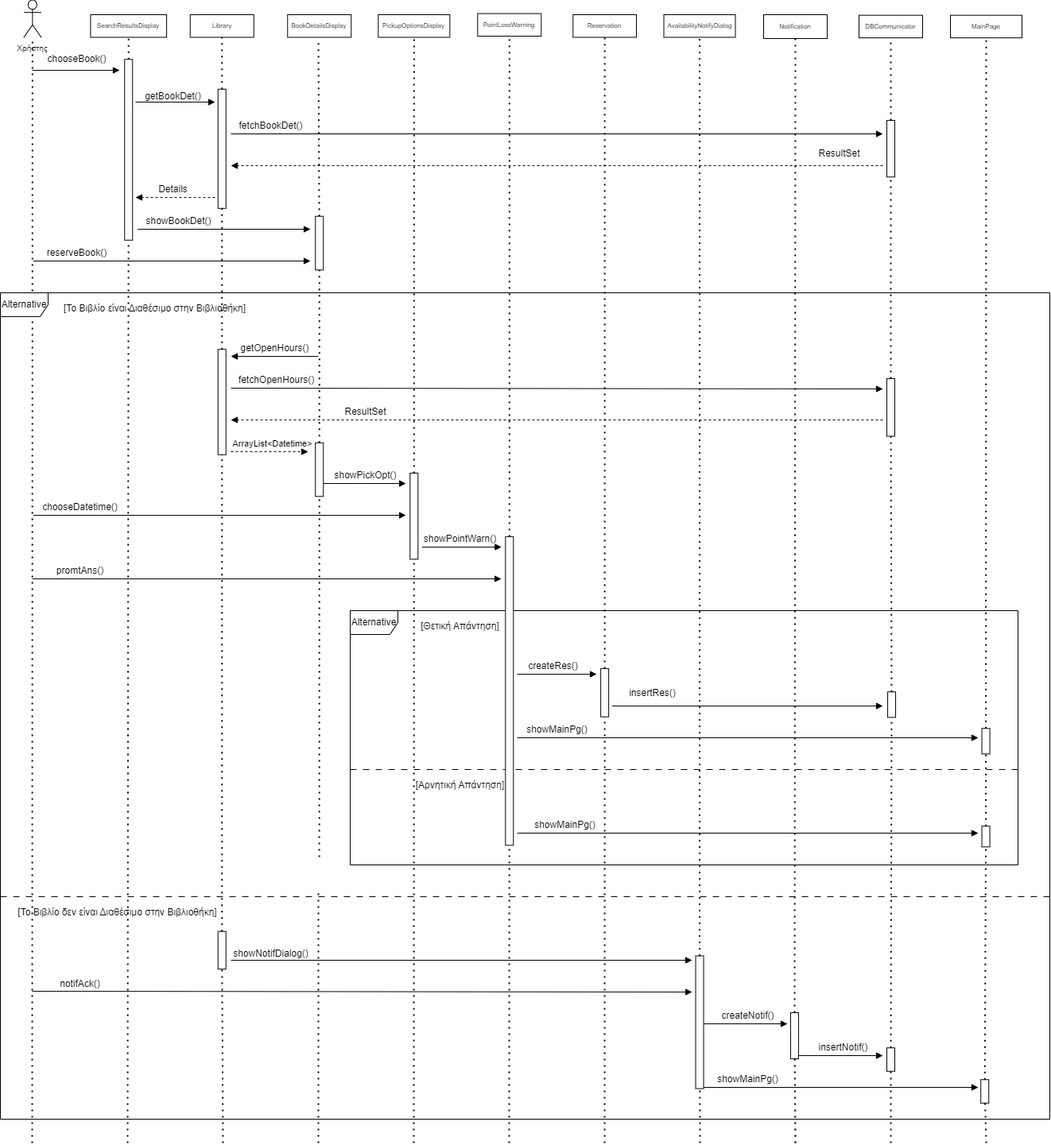
This is 2nd Assignment/Sequence Diagrams/Sequence-Diagram-v0.1-Κράτηση Βιβλίου.png from CallMeJasonYT/LibraVision, a draw.io export, as it was before one commit. Source tidied: cells renumbered, new cells last; positions are measured from the earlier drawing's top-left corner, leaving out a move shared by most shapes.
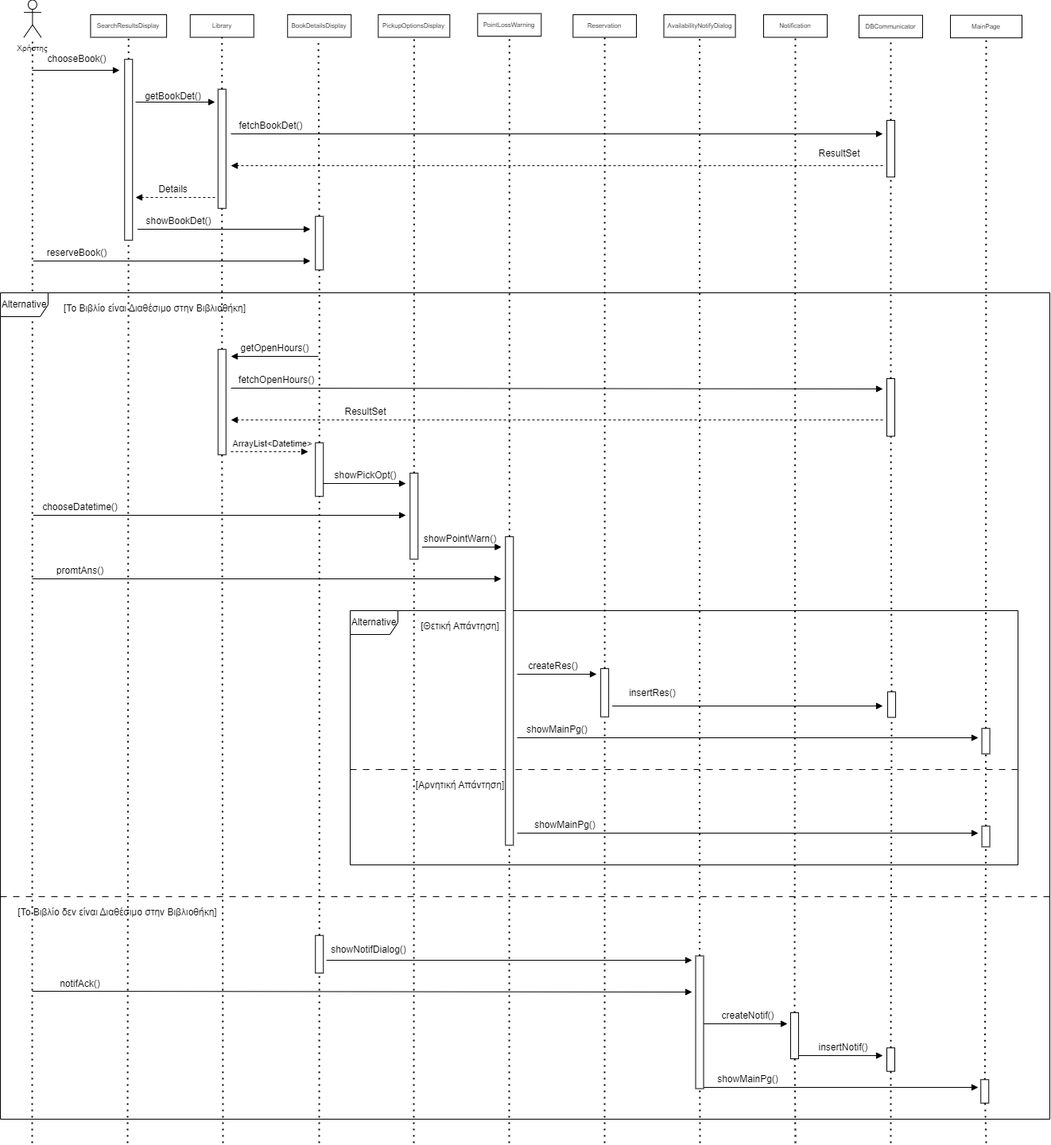
After the change.

Commit message:
Sequence-Diagram-v0.1-Κράτηση Βιβλίου

What changed in the source:
```diff
@@ -62,12 +62,6 @@
     <mxCell id="18" style="rounded=0;whiteSpace=wrap;html=1;rotation=-90;" parent="1" vertex="1">
       <mxGeometry x="1226.5" y="1047.3" width="26.1" height="10" as="geometry" />
     </mxCell>
-    <mxCell id="19" style="endArrow=none;dashed=1;html=1;dashPattern=1 3;strokeWidth=2;rounded=0;" parent="1" edge="1">
-      <mxGeometry relative="1" as="geometry">
-        <mxPoint x="400" y="1438" as="sourcePoint" />
-        <mxPoint x="400" y="1118" as="targetPoint" />
-      </mxGeometry>
-    </mxCell>
     <mxCell id="20" value="Alternative" style="shape=umlFrame;whiteSpace=wrap;html=1;" parent="1" vertex="1">
       <mxGeometry x="440" y="768" width="840" height="320" as="geometry" />
     </mxCell>
@@ -97,12 +91,12 @@
     </mxCell>
     <mxCell id="26" style="html=1;verticalAlign=bottom;endArrow=block;curved=0;rounded=0;" parent="1" edge="1">
       <mxGeometry relative="1" as="geometry">
-        <mxPoint x="290" y="1208" as="sourcePoint" />
+        <mxPoint x="410" y="1208" as="sourcePoint" />
         <mxPoint x="870" y="1208" as="targetPoint" />
       </mxGeometry>
     </mxCell>
     <mxCell id="27" value="showNotifDialog()" style="text;html=1;align=center;verticalAlign=middle;strokeColor=none;fillColor=none;spacing=0;" parent="1" vertex="1">
-      <mxGeometry x="285" y="1190.5" width="110" height="20" as="geometry" />
+      <mxGeometry x="408.2" y="1185.5" width="110" height="20" as="geometry" />
     </mxCell>
     <mxCell id="28" style="html=1;verticalAlign=bottom;endArrow=block;curved=0;rounded=0;" parent="1" edge="1">
       <mxGeometry relative="1" as="geometry">
@@ -129,14 +123,6 @@
     <mxCell id="33" style="endArrow=none;dashed=1;html=1;dashPattern=1 3;strokeWidth=2;rounded=0;entryX=0.501;entryY=0.949;entryDx=0;entryDy=0;entryPerimeter=0;" parent="1" edge="1" source="81" target="40">
       <mxGeometry relative="1" as="geometry" />
     </mxCell>
-    <mxCell id="34" style="endArrow=none;dashed=1;html=1;dashPattern=1 3;strokeWidth=2;rounded=0;" parent="1" edge="1" target="35">
-      <mxGeometry relative="1" as="geometry">
-        <mxPoint x="280" y="1438" as="sourcePoint" />
-      </mxGeometry>
-    </mxCell>
-    <mxCell id="35" style="rounded=0;whiteSpace=wrap;html=1;rotation=-90;" parent="1" vertex="1">
-      <mxGeometry x="255" y="1190.5" width="47.4" height="10" as="geometry" />
-    </mxCell>
     <mxCell id="36" value="[Το Βιβλίο είναι Διαθέσιμο στην Βιβλιοθήκη]" style="text;html=1;align=center;verticalAlign=middle;strokeColor=none;fillColor=none;spacing=0;" parent="1" vertex="1">
       <mxGeometry x="68.7" y="378" width="250" height="20" as="geometry" />
     </mxCell>
@@ -295,8 +281,10 @@
         <mxPoint x="630.3" y="688" as="targetPoint" />
       </mxGeometry>
     </mxCell>
-    <mxCell id="76" style="endArrow=none;dashed=1;html=1;dashPattern=1 3;strokeWidth=2;rounded=0;" parent="1" edge="1" source="35" target="74">
-      <mxGeometry relative="1" as="geometry" />
+    <mxCell id="76" style="endArrow=none;dashed=1;html=1;dashPattern=1 3;strokeWidth=2;rounded=0;" parent="1" edge="1" target="74">
+      <mxGeometry relative="1" as="geometry">
+        <mxPoint x="280" y="1438" as="sourcePoint" />
+      </mxGeometry>
     </mxCell>
     <mxCell id="77" value="showPointWarn()" style="text;html=1;align=center;verticalAlign=middle;strokeColor=none;fillColor=none;spacing=0;" parent="1" vertex="1">
       <mxGeometry x="523.2" y="668" width="110" height="20" as="geometry" />
@@ -304,10 +292,8 @@
     <mxCell id="78" style="rounded=0;whiteSpace=wrap;html=1;rotation=-90;" parent="1" vertex="1">
       <mxGeometry x="367.5" y="585.5" width="67.5" height="10" as="geometry" />
     </mxCell>
-    <mxCell id="79" style="endArrow=none;dashed=1;html=1;dashPattern=1 3;strokeWidth=2;rounded=0;" parent="1" edge="1" target="78">
-      <mxGeometry relative="1" as="geometry">
-        <mxPoint x="401.1" y="1078" as="sourcePoint" />
-      </mxGeometry>
+    <mxCell id="79" style="endArrow=none;dashed=1;html=1;dashPattern=1 3;strokeWidth=2;rounded=0;" parent="1" edge="1" source="118" target="78">
+      <mxGeometry relative="1" as="geometry" />
     </mxCell>
     <mxCell id="80" style="endArrow=none;dashed=1;html=1;dashPattern=1 3;strokeWidth=2;rounded=0;" parent="1" edge="1" target="81">
       <mxGeometry relative="1" as="geometry">
@@ -392,7 +378,7 @@
       <mxGeometry x="1105" y="881.3" width="32.1" height="10" as="geometry" />
     </mxCell>
     <mxCell id="102" value="Notification" style="rounded=0;whiteSpace=wrap;html=1;spacing=0;fontSize=8;" parent="1" vertex="1">
-      <mxGeometry x="960" y="18" width="80" height="30" as="geometry" />
+      <mxGeometry x="960" y="18" width="80" height="28.4" as="geometry" />
     </mxCell>
     <mxCell id="103" style="html=1;verticalAlign=bottom;endArrow=block;curved=0;rounded=0;" parent="1" edge="1">
       <mxGeometry relative="1" as="geometry">
@@ -453,5 +439,13 @@
         <mxPoint x="1240" y="1438" as="sourcePoint" />
       </mxGeometry>
     </mxCell>
+    <mxCell id="117" style="endArrow=none;dashed=1;html=1;dashPattern=1 3;strokeWidth=2;rounded=0;" parent="1" edge="1" target="118">
+      <mxGeometry relative="1" as="geometry">
+        <mxPoint x="401" y="1438" as="sourcePoint" />
+      </mxGeometry>
+    </mxCell>
+    <mxCell id="118" style="rounded=0;whiteSpace=wrap;html=1;rotation=-90;" parent="1" vertex="1">
+      <mxGeometry x="377.6" y="1195.5" width="47.4" height="10" as="geometry" />
+    </mxCell>
   </root>
 </mxGraphModel>
```
